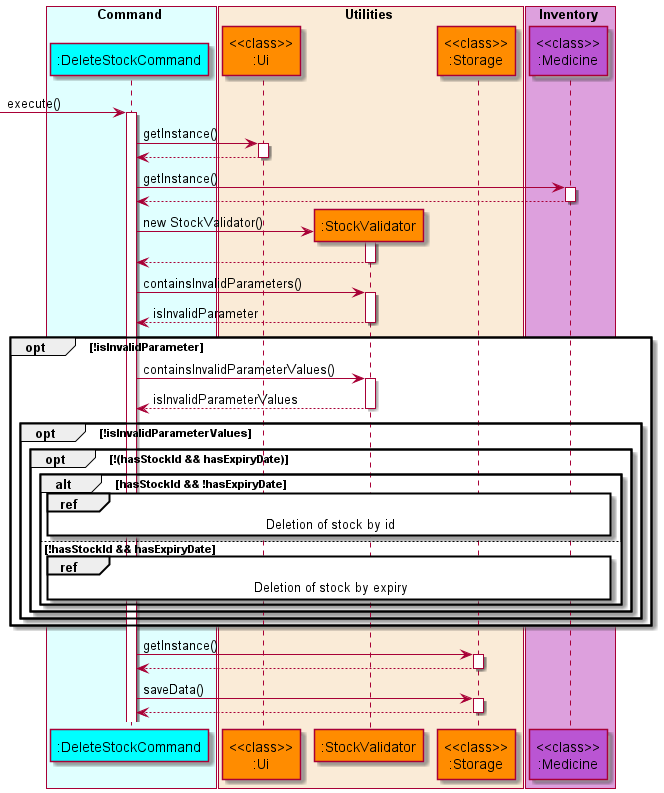
Earlier version of the PlantUML export docs/diagrams/diagram_images/DeleteStockSequenceDiagram.png (nus-cs2113-AY2122S1/tp).
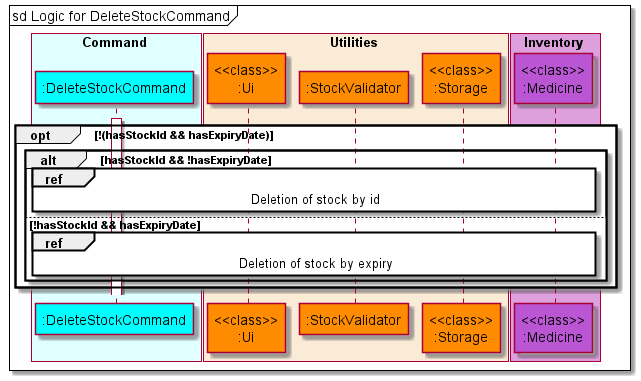
After the commit.

Commit message:
Update sequence diagrram in DG and removal of redundant checking in deletestock

What changed in the source:
```diff
@@ -17,37 +17,17 @@
 end box
 
 autoactivate on
-
--> deleteStock: execute()
-deleteStock -> ui : getInstance()
-deleteStock <-- ui
-deleteStock -> medicine : getInstance()
-deleteStock <-- medicine
-create stockValidator
-deleteStock -> stockValidator: new StockValidator()
-deleteStock <-- stockValidator
-deleteStock -> stockValidator : containsInvalidParameters()
-deleteStock <-- stockValidator : isInvalidParameter
-
-opt !isInvalidParameter
-    deleteStock -> stockValidator : containsInvalidParameterValues()
-    deleteStock <-- stockValidator : isInvalidParameterValues
-    opt !isInvalidParameterValues
-        opt !(hasStockId && hasExpiryDate)
-            alt hasStockId && !hasExpiryDate
-                ref over deleteStock, medicine
-                    Deletion of stock by id
-                end ref
-            else !hasStockId && hasExpiryDate
-                ref over deleteStock, medicine
-                    Deletion of stock by expiry
-                end ref
-            end
-        end
+mainFrame sd Logic for DeleteStockCommand
+activate deleteStock
+opt !(hasStockId && hasExpiryDate)
+    alt hasStockId && !hasExpiryDate
+        ref over deleteStock, medicine
+            Deletion of stock by id
+        end ref
+    else !hasStockId && hasExpiryDate
+        ref over deleteStock, medicine
+            Deletion of stock by expiry
+        end ref
     end
 end
-deleteStock -> storage : getInstance()
-deleteStock <-- storage
-deleteStock -> storage: saveData()
-deleteStock <-- storage
 @enduml
```
